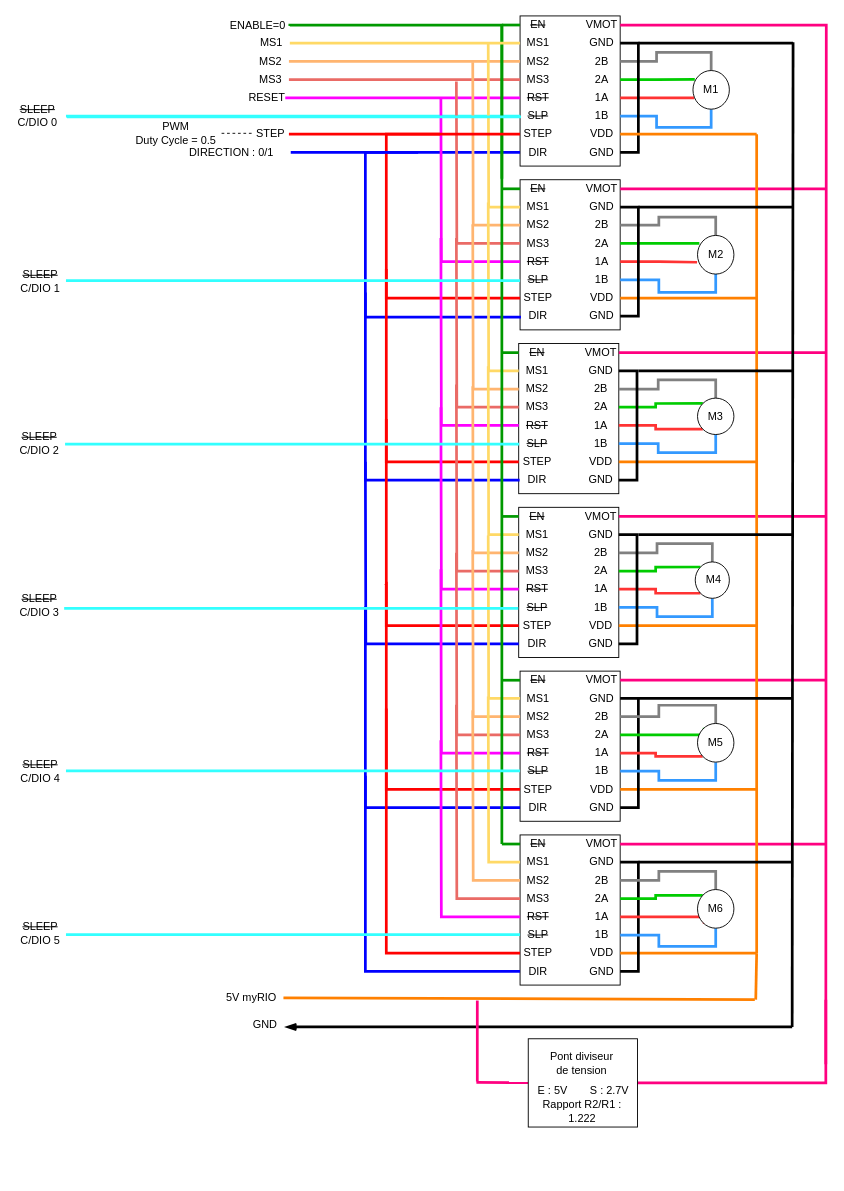
Rubik-s-R2/master keeps this draw.io diagram as DriverBoard.drawio. Above is the earlier version. Source tidied: cells renumbered, new cells numbered last; positions are measured from the earlier drawing's top-left corner, leaving out a move shared by most shapes. Both pictures are drawn from the tidied source at 91%, with x=0, y=0 at pixel (15, 15).
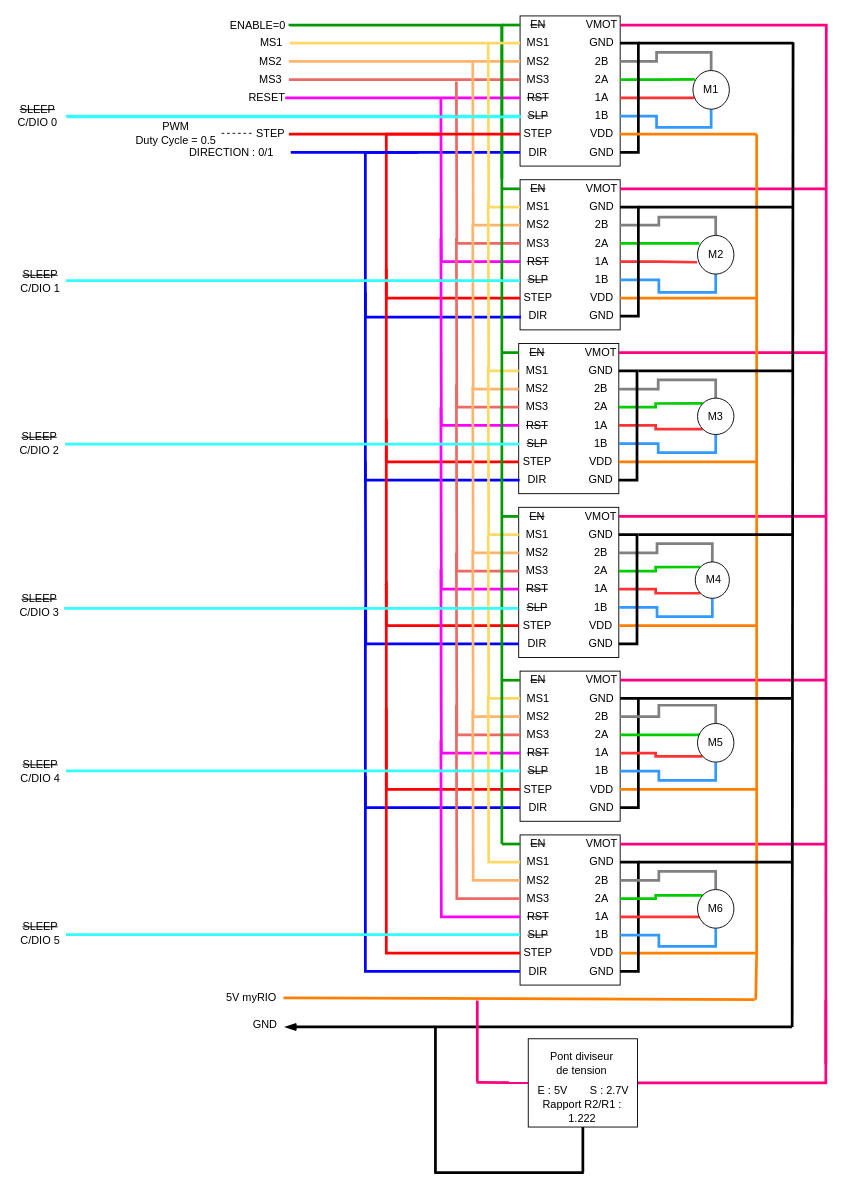
After the change.

The change refers to these unchanged cells:
```xml
<mxCell id="241" style="rounded=0;whiteSpace=wrap;html=1;" parent="240" vertex="1">
  <mxGeometry width="120" height="97" as="geometry" />
</mxCell>
```

Diff of the diagram source:
```diff
@@
+    <mxCell id="246" style="endArrow=none;html=1;exitX=0.5;exitY=1;exitDx=0;exitDy=0;strokeWidth=3;" parent="1" edge="1" source="241">
+      <mxGeometry relative="1" as="geometry">
+        <mxPoint x="623" y="1271" as="targetPoint" />
+      </mxGeometry>
+    </mxCell>
+    <mxCell id="247" style="endArrow=none;html=1;strokeWidth=3;" parent="1" edge="1">
+      <mxGeometry relative="1" as="geometry">
+        <mxPoint x="624" y="1271" as="sourcePoint" />
+        <mxPoint x="460" y="1271" as="targetPoint" />
+      </mxGeometry>
+    </mxCell>
+    <mxCell id="248" style="endArrow=none;html=1;strokeWidth=3;" parent="1" edge="1">
+      <mxGeometry relative="1" as="geometry">
+        <mxPoint x="461" y="1272" as="sourcePoint" />
+        <mxPoint x="461" y="1110" as="targetPoint" />
+      </mxGeometry>
+    </mxCell>
```
